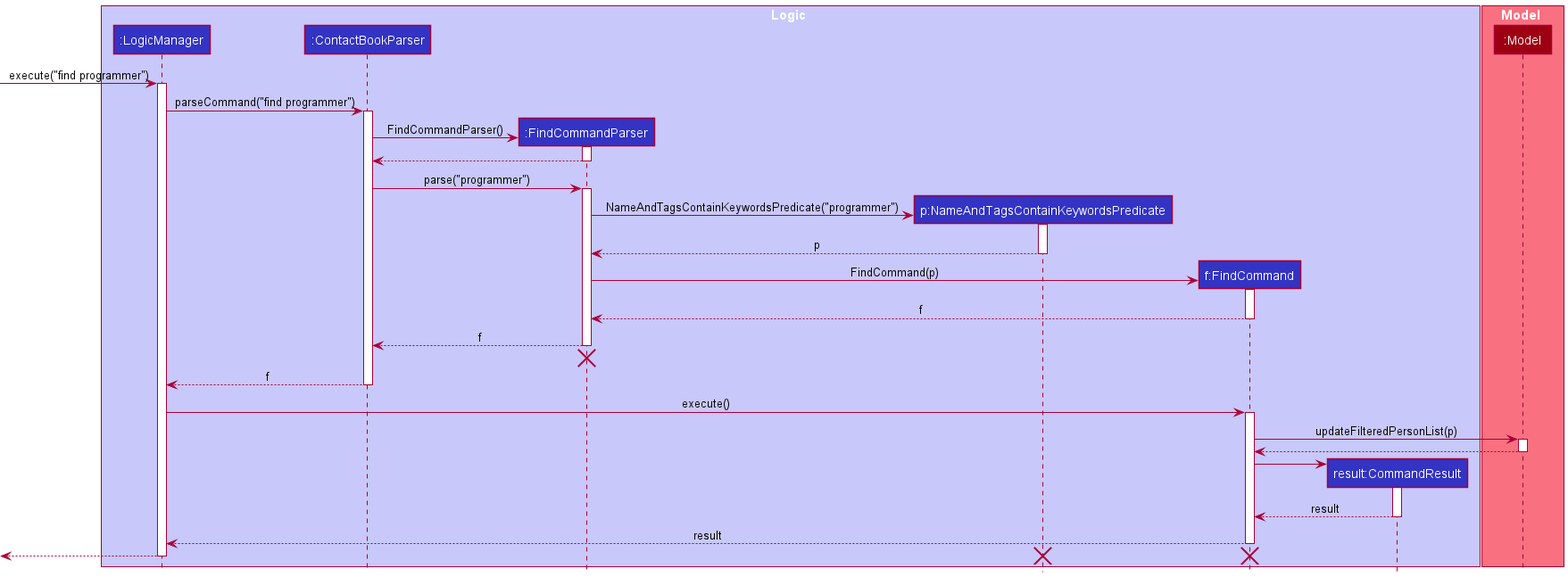
This is docs/images/FindTagSequenceDiagram.png from samyipsh/tp, a PlantUML export, as it was before one commit.
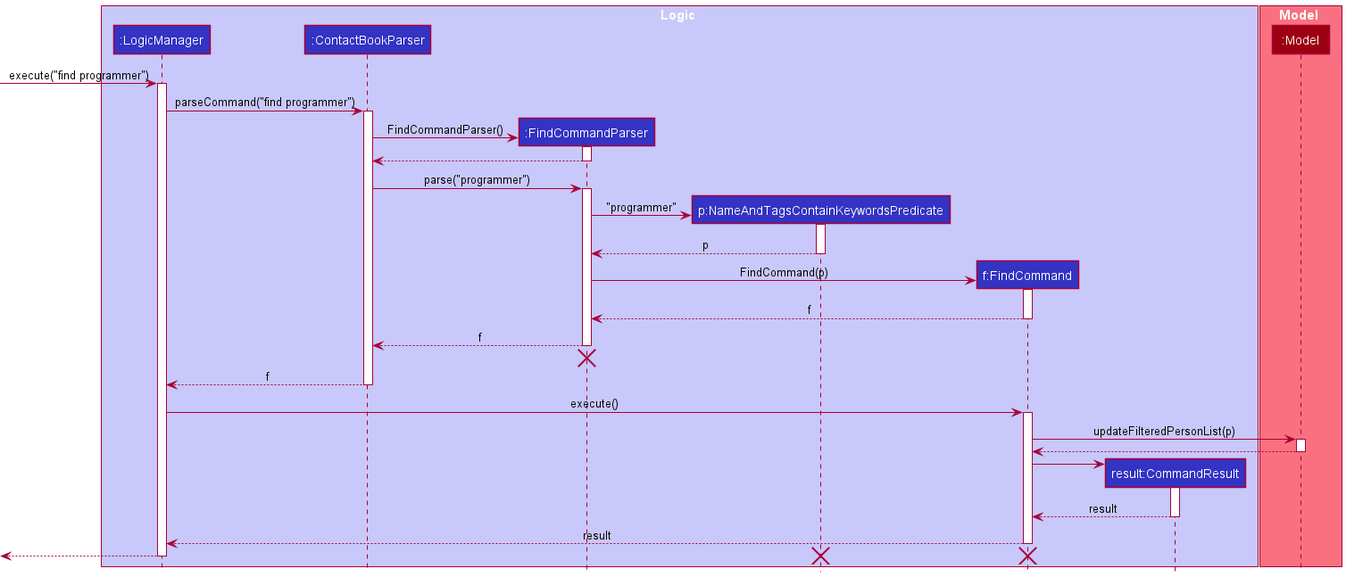
After the commit.

Commit message:
Change diagrams and image paths for PPP

The edit, as a diff of the source:
```diff
@@ -31,7 +31,7 @@
 activate FindCommandParser
 
 create NameAndTagsContainKeywordsPredicate
-FindCommandParser -> NameAndTagsContainKeywordsPredicate : NameAndTagsContainKeywordsPredicate("programmer")
+FindCommandParser -> NameAndTagsContainKeywordsPredicate : "programmer"
 activate NameAndTagsContainKeywordsPredicate
 
 NameAndTagsContainKeywordsPredicate --> FindCommandParser : p
```
